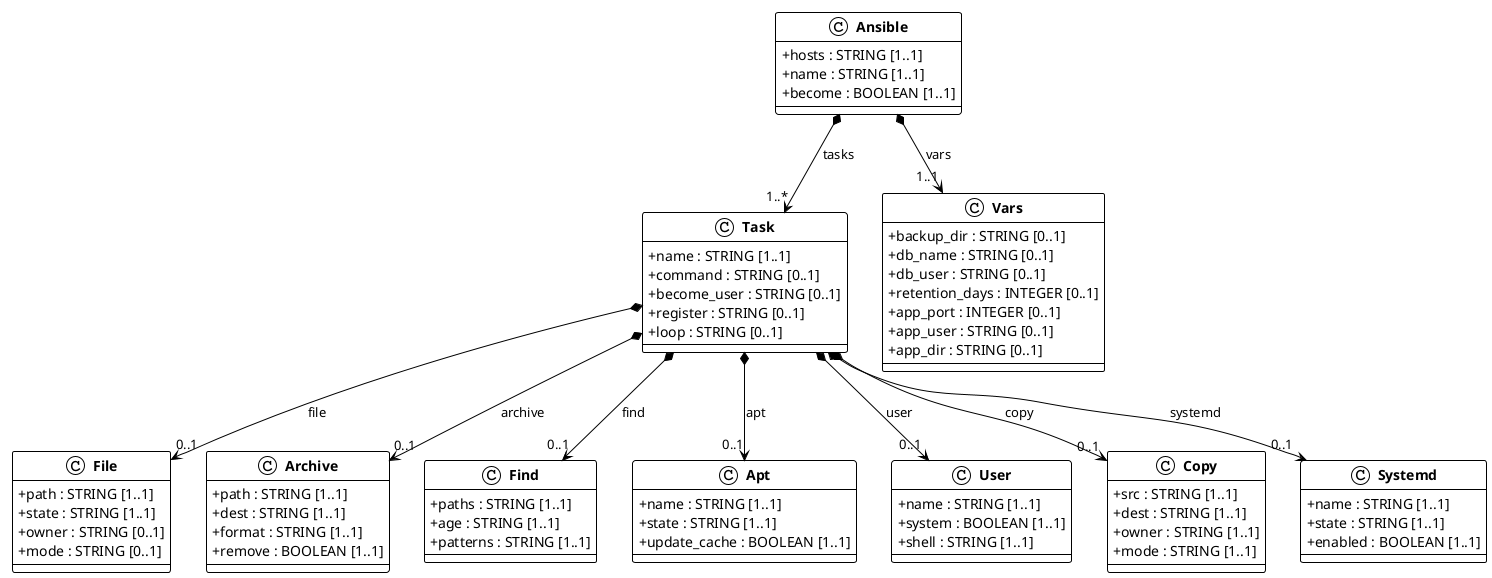
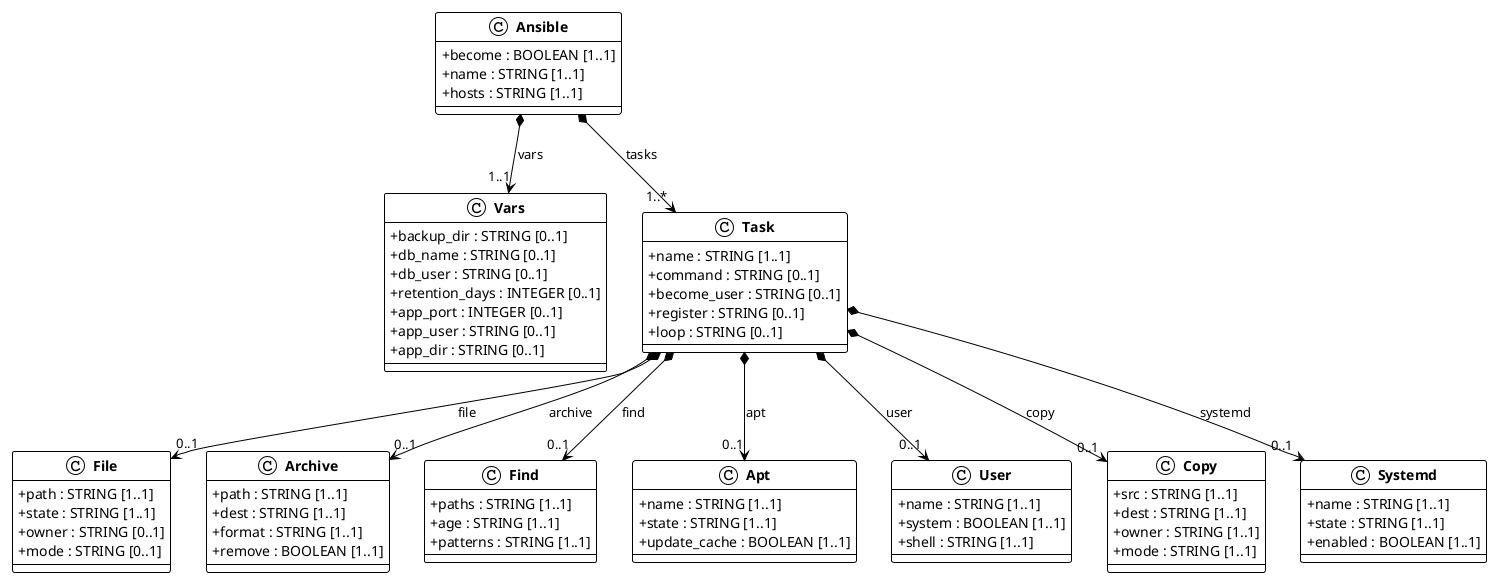
@startuml ansible
!theme plain
skinparam classAttributeIconSize 0
skinparam classFontStyle bold

class Ansible{
+   + become : BOOLEAN [1..1]
+   + name : STRING [1..1]
  + hosts : STRING [1..1]
-   + name : STRING [1..1]
-   + become : BOOLEAN [1..1]
+ }
+ 
+ class Vars{
+   + backup_dir : STRING [0..1]
+   + db_name : STRING [0..1]
+   + db_user : STRING [0..1]
+   + retention_days : INTEGER [0..1]
+   + app_port : INTEGER [0..1]
+   + app_user : STRING [0..1]
+   + app_dir : STRING [0..1]
}

class Task{
  + name : STRING [1..1]
  + command : STRING [0..1]
  + become_user : STRING [0..1]
  + register : STRING [0..1]
  + loop : STRING [0..1]
}

class File{
  + path : STRING [1..1]
  + state : STRING [1..1]
  + owner : STRING [0..1]
  + mode : STRING [0..1]
}

class Archive{
  + path : STRING [1..1]
  + dest : STRING [1..1]
  + format : STRING [1..1]
  + remove : BOOLEAN [1..1]
}

class Find{
  + paths : STRING [1..1]
  + age : STRING [1..1]
  + patterns : STRING [1..1]
}

- class Vars{
-   + backup_dir : STRING [0..1]
-   + db_name : STRING [0..1]
-   + db_user : STRING [0..1]
-   + retention_days : INTEGER [0..1]
-   + app_port : INTEGER [0..1]
-   + app_user : STRING [0..1]
-   + app_dir : STRING [0..1]
- }
- 
class Apt{
  + name : STRING [1..1]
  + state : STRING [1..1]
  + update_cache : BOOLEAN [1..1]
}

class User{
  + name : STRING [1..1]
  + system : BOOLEAN [1..1]
  + shell : STRING [1..1]
}

class Copy{
  + src : STRING [1..1]
  + dest : STRING [1..1]
  + owner : STRING [1..1]
  + mode : STRING [1..1]
}

class Systemd{
  + name : STRING [1..1]
  + state : STRING [1..1]
  + enabled : BOOLEAN [1..1]
}

+ Ansible *--> "1..1" Vars : vars
Ansible *--> "1..*" Task : tasks
- Ansible *--> "1..1" Vars : vars
Task *--> "0..1" File : file
Task *--> "0..1" Archive : archive
Task *--> "0..1" Find : find
Task *--> "0..1" Apt : apt
Task *--> "0..1" User : user
Task *--> "0..1" Copy : copy
Task *--> "0..1" Systemd : systemd

@enduml
